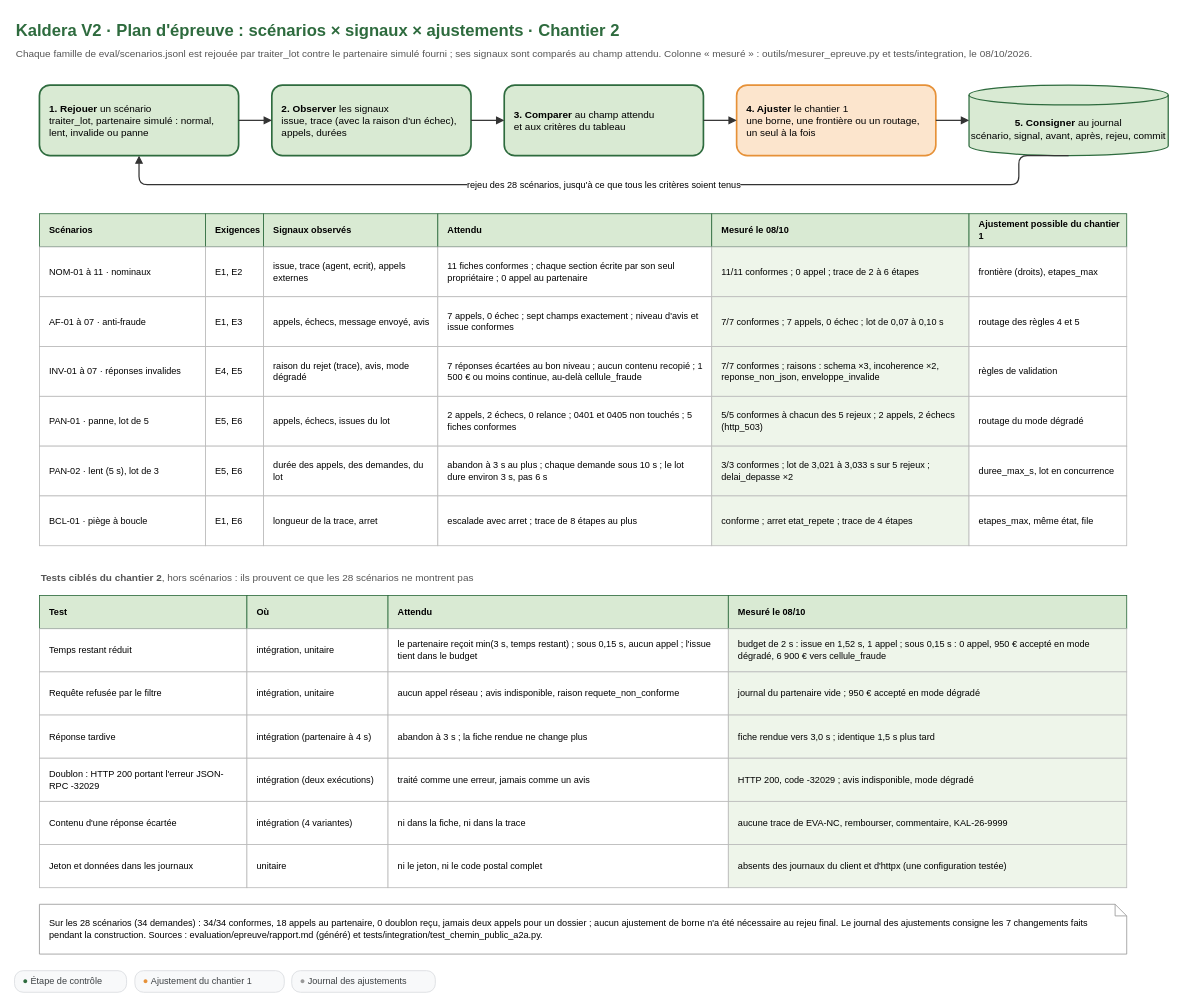
Above: conception/schemas/schema-6-plan-epreuve.drawio in Ganda15/kaldera-bout-en-bout_v2 (draw.io), before the change. Source tidied: cells renumbered, new cells numbered last; positions are measured from the earlier drawing's top-left corner, leaving out a move shared by most shapes. Both pictures are drawn from the tidied source at 83%, with x=0, y=0 at pixel (14, 14).
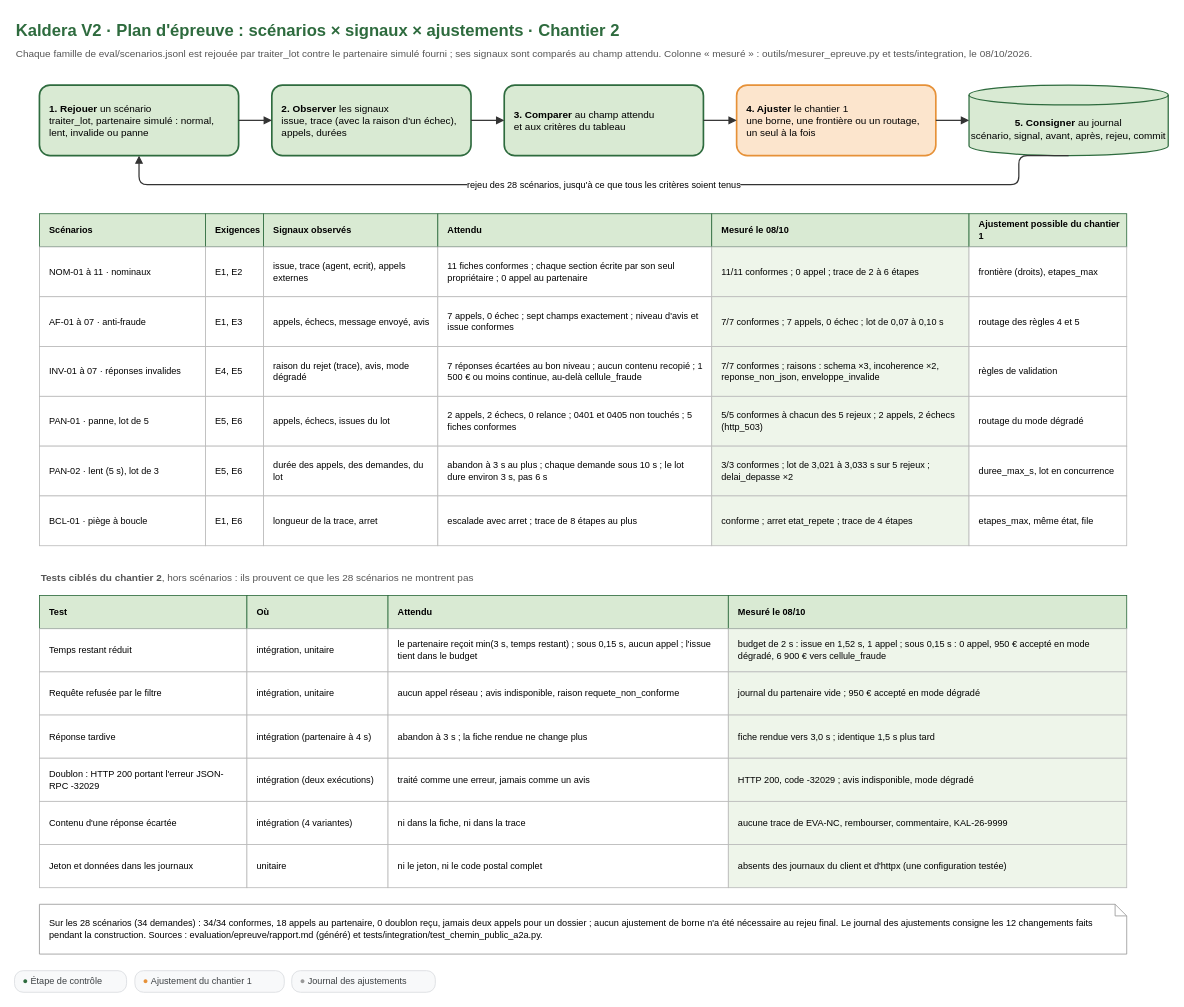
The same diagram, later.

Commit message (it also covers changes not shown here):
docs(schemas): schemas 6 et N2, journal des ajustements a 12 entrees

The edit, as a diff of the source:
```diff
@@
-    <mxCell id="85" value="Sur les 28 scénarios (34 demandes) : 34/34 conformes, 18 appels au partenaire, 0 doublon reçu, jamais deux appels pour un dossier ; aucun ajustement de borne n'a été nécessaire au rejeu final. Le journal des ajustements consigne les 7 changements faits pendant la construction. Sources : evaluation/epreuve/rapport.md (généré) et tests/integration/test_chemin_public_a2a.py." style="whiteSpace=wrap;html=1;fontFamily=Arial;fontSize=12;align=left;spacingLeft=10;spacingRight=8;verticalAlign=top;spacingTop=6;shape=note;size=14;fillColor=#ffffff;strokeColor=#999999;fontSize=11;verticalAlign=middle;spacingTop=0;" parent="1" vertex="1">
+    <mxCell id="85" value="Sur les 28 scénarios (34 demandes) : 34/34 conformes, 18 appels au partenaire, 0 doublon reçu, jamais deux appels pour un dossier ; aucun ajustement de borne n'a été nécessaire au rejeu final. Le journal des ajustements consigne les 12 changements faits pendant la construction. Sources : evaluation/epreuve/rapport.md (généré) et tests/integration/test_chemin_public_a2a.py." style="whiteSpace=wrap;html=1;fontFamily=Arial;fontSize=12;align=left;spacingLeft=10;spacingRight=8;verticalAlign=top;spacingTop=6;shape=note;size=14;fillColor=#ffffff;strokeColor=#999999;fontSize=11;verticalAlign=middle;spacingTop=0;" parent="1" vertex="1">
       <mxGeometry x="30" y="1072" width="1310" height="60" as="geometry" />
     </mxCell>
```
